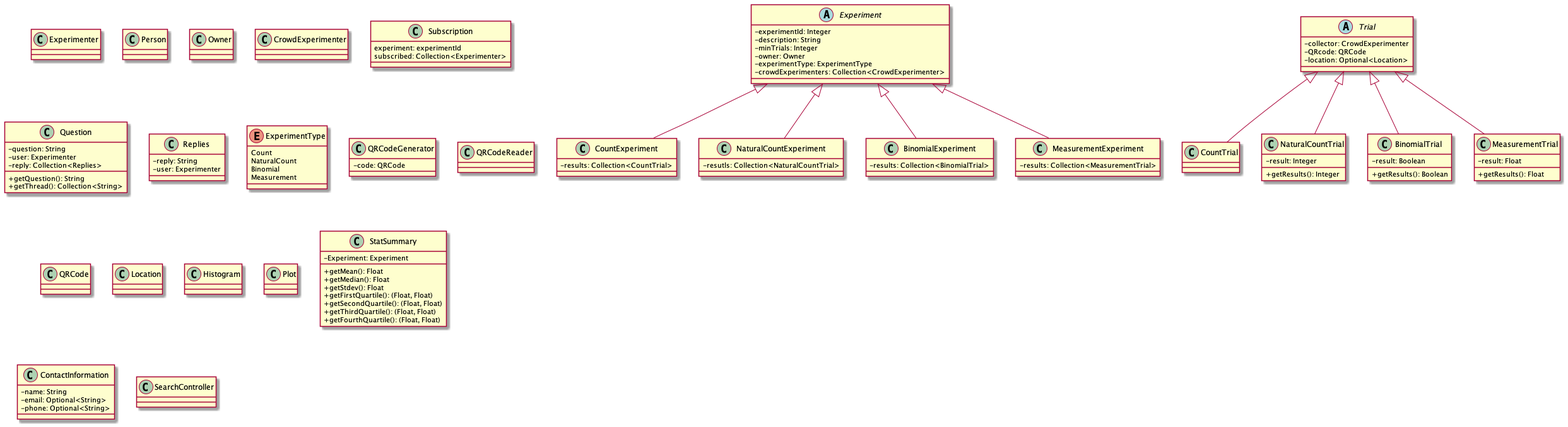
Before: UML/UML.png, a diagram exported from PlantUML (CMPUT301W21T03/Experiment-Automata).
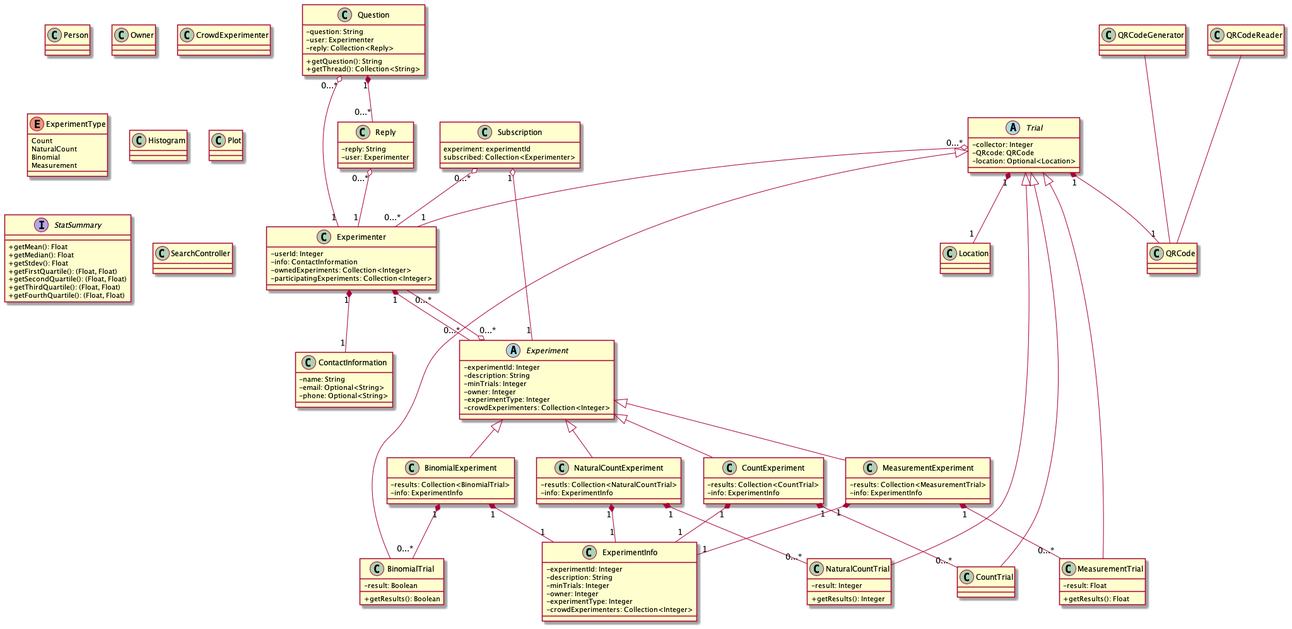
Later version of the same file.

Commit message:
Added many of the relationships. Lots of questions are left in the code where there is ambiguity. Needs more classes for the View and Controller still.

Diff of the diagram source:
```diff
@@ -2,6 +2,10 @@
 skinparam classAttributeIconSize 0
 
 class Experimenter {
+    -userId: Integer
+    -info: ContactInformation
+    -ownedExperiments: Collection<Integer>
+    -participatingExperiments: Collection<Integer>
 }
 
 class Person {
@@ -21,12 +25,12 @@
 class Question {
     -question: String
     -user: Experimenter
-    -reply: Collection<Replies>
+    -reply: Collection<Reply>
     +getQuestion(): String
     +getThread(): Collection<String>
 }
 
-class Replies {
+class Reply {
     -reply: String
     -user: Experimenter
 }
@@ -42,29 +46,42 @@
     -experimentId: Integer
     -description: String
     -minTrials: Integer
-    -owner: Owner
-    -experimentType: ExperimentType
-    -crowdExperimenters: Collection<CrowdExperimenter>
+    -owner: Integer
+    -experimentType: Integer
+    -crowdExperimenters: Collection<Integer>
+}
+
+class ExperimentInfo {
+    -experimentId: Integer
+    -description: String
+    -minTrials: Integer
+    -owner: Integer
+    -experimentType: Integer
+    -crowdExperimenters: Collection<Integer>
 }
 
 class CountExperiment extends Experiment {
     -results: Collection<CountTrial>
+    -info: ExperimentInfo
 }
 
 class NaturalCountExperiment extends Experiment {
     -resutls: Collection<NaturalCountTrial>
+    -info: ExperimentInfo
 }
 
 class BinomialExperiment extends Experiment {
     -results: Collection<BinomialTrial>
+    -info: ExperimentInfo
 }
 
 class MeasurementExperiment extends Experiment {
     -results: Collection<MeasurementTrial>
+    -info: ExperimentInfo
 }
 
 abstract class Trial {
-    -collector: CrowdExperimenter
+    -collector: Integer
     -QRcode: QRCode
     -location: Optional<Location>
 }
@@ -88,7 +105,6 @@
 }
 
 class QRCodeGenerator {
-    -code: QRCode
 }
 
 class QRCodeReader {
@@ -107,8 +123,7 @@
 
 }
 
-class StatSummary {
-    -Experiment: Experiment
+Interface StatSummary {
     +getMean(): Float
     +getMedian(): Float
     +getStdev(): Float
@@ -127,4 +142,37 @@
 class SearchController {
 }
 
+Experimenter "1" *-- "1" ContactInformation
+Experimenter "1" *-- "0...*" Experiment
+
+Subscription "0...*" o-- "0...*" Experimenter
+Subscription "1" o-- "1" Experiment
+
+Question "0...*" o-- "1" Experimenter
+Question "1" *-- "0...*" Reply
+
+Reply "0...*" o-- "1" Experimenter
+
+Experiment "0...*" o-- "0...*" Experimenter
+
+CountExperiment "1" *-- "0...*" CountTrial
+CountExperiment "1" *-- "1" ExperimentInfo
+
+NaturalCountExperiment "1" *-- "0...*" NaturalCountTrial
+NaturalCountExperiment "1" *-- "1" ExperimentInfo
+
+BinomialExperiment "1" *-- "0...*" BinomialTrial
+BinomialExperiment "1" *-- "1" ExperimentInfo
+
+MeasurementExperiment "1" *-- "0...*" MeasurementTrial
+MeasurementExperiment "1" *-- "1" ExperimentInfo
+
+Trial "0...*" o-- "1" Experimenter
+Trial "1" *-- "1" QRCode
+Trial "1" *-- "1" Location
+
+QRCodeGenerator --- QRCode
+QRCodeReader --- QRCode
+
+
 @enduml
```
